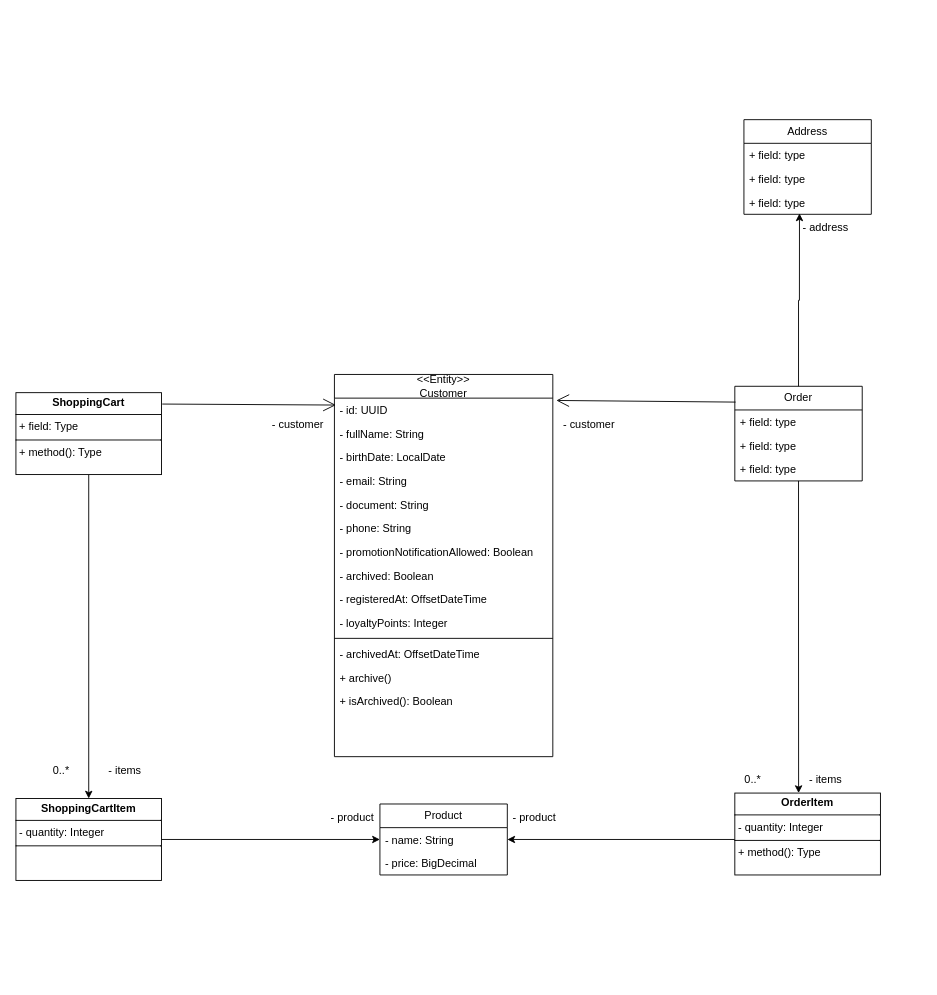
This is AlgaShop.drawio from MGLMendes/ems-algashop-docs, a draw.io file, before an edit. Source tidied: cells renumbered, new cells numbered last; positions are measured from the earlier drawing's top-left corner, leaving out a move shared by most shapes. Both pictures are drawn from the tidied source at 91%, with x=0, y=0 at pixel (15, 119).
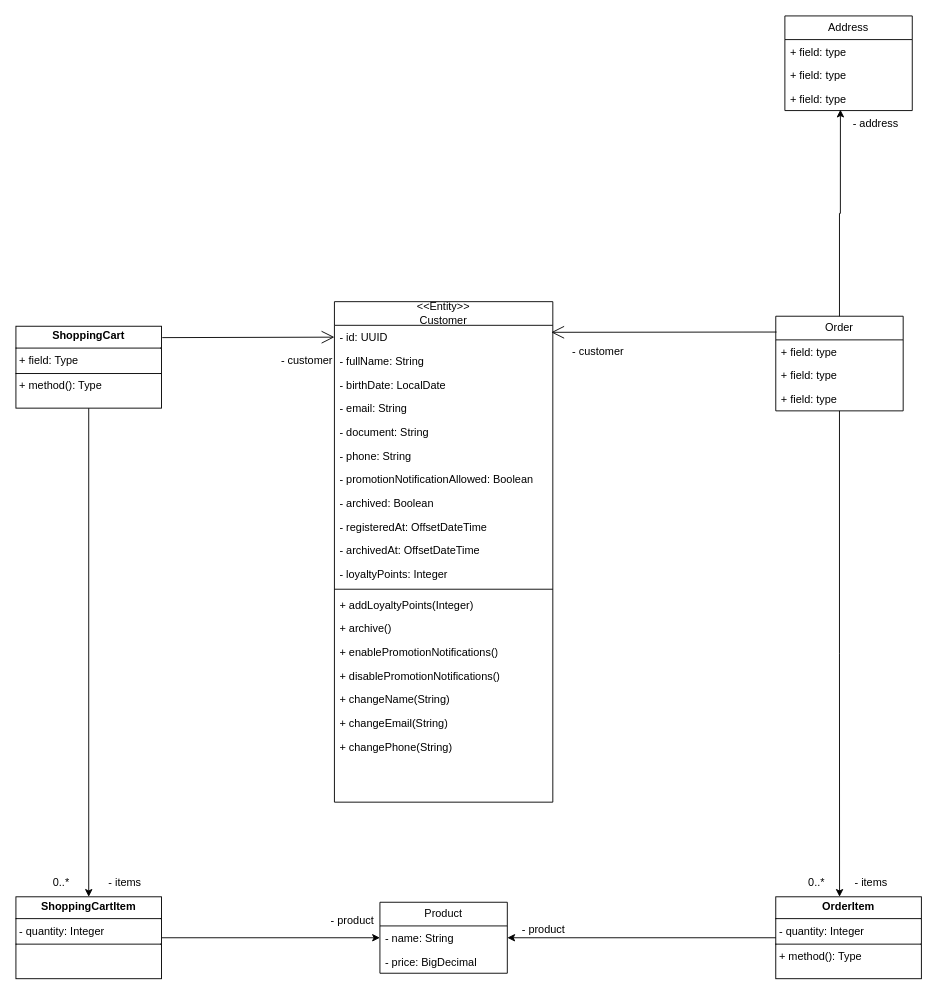
Above is the later version.

Commit message:
5.12. Refinando em direção ao Rich Domain Model

Unchanged cells that the change refers to:
```xml
<mxCell id="3" value="- id: UUID" style="text;strokeColor=none;fillColor=none;align=left;verticalAlign=top;spacingLeft=4;spacingRight=4;overflow=hidden;points=[[0,0.5],[1,0.5]];portConstraint=eastwest;whiteSpace=wrap;html=1;" parent="2" vertex="1">
  <mxGeometry y="26" width="240" height="26" as="geometry" />
</mxCell>
```

Diff of the diagram source:
```diff
@@
     <mxCell id="2" value="&lt;div&gt;&amp;lt;&amp;lt;Entity&amp;gt;&amp;gt;&lt;/div&gt;Customer" style="swimlane;fontStyle=0;horizontal=1;startSize=26;fillColor=none;whiteSpace=wrap;html=1;" parent="1" vertex="1">
-      <mxGeometry x="350" y="280" width="240" height="420" as="geometry" />
+      <mxGeometry x="350" y="200" width="240" height="550" as="geometry" />
     </mxCell>
@@
+    <mxCell id="14" value="- archivedAt: OffsetDateTime" style="text;strokeColor=none;fillColor=none;align=left;verticalAlign=top;spacingLeft=4;spacingRight=4;overflow=hidden;whiteSpace=wrap;html=1;" parent="2" vertex="1">
+      <mxGeometry y="260" width="240" height="26" as="geometry" />
+    </mxCell>
     <mxCell id="12" value="- loyaltyPoints: Integer" style="text;strokeColor=none;fillColor=none;align=left;verticalAlign=top;spacingLeft=4;spacingRight=4;overflow=hidden;whiteSpace=wrap;html=1;" parent="2" vertex="1">
-      <mxGeometry y="260" width="240" height="26" as="geometry" />
+      <mxGeometry y="286" width="240" height="26" as="geometry" />
     </mxCell>
     <mxCell id="13" style="line;strokeWidth=1;fillColor=none;align=left;verticalAlign=middle;spacingTop=-1;spacingLeft=3;spacingRight=3;labelPosition=right;strokeColor=inherit;" parent="2" vertex="1">
-      <mxGeometry y="286" width="240" height="8" as="geometry" />
+      <mxGeometry y="312" width="240" height="8" as="geometry" />
     </mxCell>
-    <mxCell id="14" value="- archivedAt: OffsetDateTime" style="text;strokeColor=none;fillColor=none;align=left;verticalAlign=top;spacingLeft=4;spacingRight=4;overflow=hidden;whiteSpace=wrap;html=1;" parent="2" vertex="1">
-      <mxGeometry y="294" width="240" height="26" as="geometry" />
-    </mxCell>
-    <mxCell id="15" value="+ archive()" style="text;strokeColor=none;fillColor=none;align=left;verticalAlign=top;spacingLeft=4;spacingRight=4;overflow=hidden;whiteSpace=wrap;html=1;" parent="2" vertex="1">
+    <mxCell id="15" value="+ addLoyaltyPoints(Integer)" style="text;strokeColor=none;fillColor=none;align=left;verticalAlign=top;spacingLeft=4;spacingRight=4;overflow=hidden;whiteSpace=wrap;html=1;" parent="2" vertex="1">
       <mxGeometry y="320" width="240" height="26" as="geometry" />
     </mxCell>
-    <mxCell id="16" value="+ isArchived(): Boolean" style="text;strokeColor=none;fillColor=none;align=left;verticalAlign=top;spacingLeft=4;spacingRight=4;overflow=hidden;whiteSpace=wrap;html=1;" parent="2" vertex="1">
+    <mxCell id="16" value="+ archive()" style="text;strokeColor=none;fillColor=none;align=left;verticalAlign=top;spacingLeft=4;spacingRight=4;overflow=hidden;whiteSpace=wrap;html=1;" parent="2" vertex="1">
       <mxGeometry y="346" width="240" height="26" as="geometry" />
     </mxCell>
+    <mxCell id="48" value="+ enablePromotionNotifications()" style="text;strokeColor=none;fillColor=none;align=left;verticalAlign=top;spacingLeft=4;spacingRight=4;overflow=hidden;whiteSpace=wrap;html=1;" parent="2" vertex="1">
+      <mxGeometry y="372" width="240" height="26" as="geometry" />
+    </mxCell>
+    <mxCell id="49" value="+ disablePromotionNotifications()" style="text;strokeColor=none;fillColor=none;align=left;verticalAlign=top;spacingLeft=4;spacingRight=4;overflow=hidden;whiteSpace=wrap;html=1;" parent="2" vertex="1">
+      <mxGeometry y="398" width="240" height="26" as="geometry" />
+    </mxCell>
+    <mxCell id="50" value="+ changeName(String)" style="text;strokeColor=none;fillColor=none;align=left;verticalAlign=top;spacingLeft=4;spacingRight=4;overflow=hidden;whiteSpace=wrap;html=1;" parent="2" vertex="1">
+      <mxGeometry y="424" width="240" height="26" as="geometry" />
+    </mxCell>
+    <mxCell id="51" value="+ changeEmail(String)" style="text;strokeColor=none;fillColor=none;align=left;verticalAlign=top;spacingLeft=4;spacingRight=4;overflow=hidden;whiteSpace=wrap;html=1;" parent="2" vertex="1">
+      <mxGeometry y="450" width="240" height="26" as="geometry" />
+    </mxCell>
+    <mxCell id="52" value="+ changePhone(String)" style="text;strokeColor=none;fillColor=none;align=left;verticalAlign=top;spacingLeft=4;spacingRight=4;overflow=hidden;whiteSpace=wrap;html=1;" parent="2" vertex="1">
+      <mxGeometry y="476" width="240" height="26" as="geometry" />
+    </mxCell>
     <mxCell id="17" style="text;strokeColor=none;fillColor=none;align=left;verticalAlign=middle;spacingTop=-1;spacingLeft=4;spacingRight=4;labelPosition=right;" parent="2" vertex="1">
-      <mxGeometry y="372" width="240" height="48" as="geometry" />
+      <mxGeometry y="502" width="240" height="48" as="geometry" />
     </mxCell>
-    <mxCell id="18" value="Order" style="swimlane;fontStyle=0;horizontal=1;startSize=26;fillColor=none;whiteSpace=wrap;html=1;" parent="1" vertex="1">
-      <mxGeometry x="790" y="293" width="140" height="104" as="geometry" />
-    </mxCell>
-    <mxCell id="19" value="+ field: type" style="text;strokeColor=none;fillColor=none;align=left;verticalAlign=top;spacingLeft=4;spacingRight=4;overflow=hidden;whiteSpace=wrap;html=1;" parent="18" vertex="1">
-      <mxGeometry y="26" width="140" height="26" as="geometry" />
-    </mxCell>
-    <mxCell id="20" value="+ field: type" style="text;strokeColor=none;fillColor=none;align=left;verticalAlign=top;spacingLeft=4;spacingRight=4;overflow=hidden;whiteSpace=wrap;html=1;" parent="18" vertex="1">
-      <mxGeometry y="52" width="140" height="26" as="geometry" />
-    </mxCell>
-    <mxCell id="21" value="+ field: type" style="text;strokeColor=none;fillColor=none;align=left;verticalAlign=top;spacingLeft=4;spacingRight=4;overflow=hidden;whiteSpace=wrap;html=1;" parent="18" vertex="1">
-      <mxGeometry y="78" width="140" height="26" as="geometry" />
-    </mxCell>
-    <mxCell id="22" value="Product" style="swimlane;fontStyle=0;horizontal=1;startSize=26;fillColor=none;whiteSpace=wrap;html=1;" parent="1" vertex="1">
-      <mxGeometry x="400" y="752" width="140" height="78" as="geometry" />
-    </mxCell>
-    <mxCell id="23" value="- name: String" style="text;strokeColor=none;fillColor=none;align=left;verticalAlign=top;spacingLeft=4;spacingRight=4;overflow=hidden;points=[[0,0.5],[1,0.5]];portConstraint=eastwest;whiteSpace=wrap;html=1;" parent="22" vertex="1">
-      <mxGeometry y="26" width="140" height="26" as="geometry" />
-    </mxCell>
-    <mxCell id="24" value="- price: BigDecimal" style="text;strokeColor=none;fillColor=none;align=left;verticalAlign=top;spacingLeft=4;spacingRight=4;overflow=hidden;whiteSpace=wrap;html=1;" parent="22" vertex="1">
-      <mxGeometry y="52" width="140" height="26" as="geometry" />
-    </mxCell>
-    <mxCell id="25" value="Address" style="swimlane;fontStyle=0;horizontal=1;startSize=26;fillColor=none;whiteSpace=wrap;html=1;" parent="1" vertex="1">
-      <mxGeometry x="800" width="140" height="104" as="geometry" />
-    </mxCell>
-    <mxCell id="26" value="+ field: type" style="text;strokeColor=none;fillColor=none;align=left;verticalAlign=top;spacingLeft=4;spacingRight=4;overflow=hidden;whiteSpace=wrap;html=1;" parent="25" vertex="1">
-      <mxGeometry y="26" width="140" height="26" as="geometry" />
-    </mxCell>
-    <mxCell id="27" value="+ field: type" style="text;strokeColor=none;fillColor=none;align=left;verticalAlign=top;spacingLeft=4;spacingRight=4;overflow=hidden;whiteSpace=wrap;html=1;" parent="25" vertex="1">
-      <mxGeometry y="52" width="140" height="26" as="geometry" />
-    </mxCell>
-    <mxCell id="28" value="+ field: type" style="text;strokeColor=none;fillColor=none;align=left;verticalAlign=top;spacingLeft=4;spacingRight=4;overflow=hidden;points=[[0,0.5],[1,0.5]];portConstraint=eastwest;whiteSpace=wrap;html=1;" parent="25" vertex="1">
-      <mxGeometry y="78" width="140" height="26" as="geometry" />
-    </mxCell>
@@
     <mxCell id="30" value="&lt;p style=&quot;margin:0px;margin-top:4px;text-align:center;&quot;&gt;&lt;b&gt;ShoppingCart&lt;/b&gt;&lt;/p&gt;&lt;hr size=&quot;1&quot; style=&quot;border-style:solid;&quot;&gt;&lt;p style=&quot;margin:0px;margin-left:4px;&quot;&gt;+ field: Type&lt;/p&gt;&lt;hr size=&quot;1&quot; style=&quot;border-style:solid;&quot;&gt;&lt;p style=&quot;margin:0px;margin-left:4px;&quot;&gt;+ method(): Type&lt;/p&gt;" style="verticalAlign=top;align=left;overflow=fill;html=1;whiteSpace=wrap;" parent="1" vertex="1">
-      <mxGeometry y="300" width="160" height="90" as="geometry" />
+      <mxGeometry y="227" width="160" height="90" as="geometry" />
     </mxCell>
-    <mxCell id="31" style="endArrow=open;endFill=1;endSize=12;html=1;rounded=0;exitX=0.006;exitY=0.167;exitDx=0;exitDy=0;exitPerimeter=0;entryX=1.016;entryY=0.068;entryDx=0;entryDy=0;entryPerimeter=0;" parent="1" edge="1" source="18" target="2">
+    <mxCell id="31" style="endArrow=open;endFill=1;endSize=12;html=1;rounded=0;exitX=0.006;exitY=0.167;exitDx=0;exitDy=0;exitPerimeter=0;entryX=0.993;entryY=0.295;entryDx=0;entryDy=0;entryPerimeter=0;" parent="1" edge="1" source="18" target="3">
       <mxGeometry relative="1" as="geometry" />
     </mxCell>
     <mxCell id="32" value="- customer" style="text;html=1;whiteSpace=wrap;strokeColor=none;fillColor=none;align=center;verticalAlign=middle;rounded=0;" parent="1" vertex="1">
-      <mxGeometry x="600" y="320" width="60" height="30" as="geometry" />
+      <mxGeometry x="610" y="240" width="60" height="30" as="geometry" />
     </mxCell>
-    <mxCell id="33" style="endArrow=open;endFill=1;endSize=12;html=1;rounded=0;entryX=0.007;entryY=0.08;entryDx=0;entryDy=0;entryPerimeter=0;exitX=1.005;exitY=0.139;exitDx=0;exitDy=0;exitPerimeter=0;" parent="1" edge="1" source="30" target="2">
+    <mxCell id="33" style="endArrow=open;endFill=1;endSize=12;html=1;rounded=0;entryX=0;entryY=0.5;entryDx=0;entryDy=0;exitX=1.005;exitY=0.139;exitDx=0;exitDy=0;exitPerimeter=0;" parent="1" edge="1" source="30" target="3">
       <mxGeometry relative="1" as="geometry" />
     </mxCell>
     <mxCell id="34" value="- customer" style="text;html=1;whiteSpace=wrap;strokeColor=none;fillColor=none;align=center;verticalAlign=middle;rounded=0;" parent="1" vertex="1">
-      <mxGeometry x="280" y="320" width="60" height="30" as="geometry" />
+      <mxGeometry x="290" y="250" width="60" height="30" as="geometry" />
     </mxCell>
+    <mxCell id="41" style="edgeStyle=orthogonalEdgeStyle;rounded=0;jettySize=auto;html=1;entryX=0.438;entryY=0;entryDx=0;entryDy=0;entryPerimeter=0;" parent="1" edge="1" source="18" target="40">
+      <mxGeometry relative="1" as="geometry" />
+    </mxCell>
+    <mxCell id="53" style="group;" parent="1" vertex="1">
+      <mxGeometry x="835" y="-114" width="150" height="434" as="geometry" />
+    </mxCell>
+    <mxCell id="18" value="Order" style="swimlane;fontStyle=0;horizontal=1;startSize=26;fillColor=none;whiteSpace=wrap;html=1;" parent="53" vertex="1">
+      <mxGeometry y="330" width="140" height="104" as="geometry" />
+    </mxCell>
+    <mxCell id="19" value="+ field: type" style="text;strokeColor=none;fillColor=none;align=left;verticalAlign=top;spacingLeft=4;spacingRight=4;overflow=hidden;whiteSpace=wrap;html=1;" parent="18" vertex="1">
+      <mxGeometry y="26" width="140" height="26" as="geometry" />
+    </mxCell>
+    <mxCell id="20" value="+ field: type" style="text;strokeColor=none;fillColor=none;align=left;verticalAlign=top;spacingLeft=4;spacingRight=4;overflow=hidden;whiteSpace=wrap;html=1;" parent="18" vertex="1">
+      <mxGeometry y="52" width="140" height="26" as="geometry" />
+    </mxCell>
+    <mxCell id="21" value="+ field: type" style="text;strokeColor=none;fillColor=none;align=left;verticalAlign=top;spacingLeft=4;spacingRight=4;overflow=hidden;whiteSpace=wrap;html=1;" parent="18" vertex="1">
+      <mxGeometry y="78" width="140" height="26" as="geometry" />
+    </mxCell>
+    <mxCell id="25" value="Address" style="swimlane;fontStyle=0;horizontal=1;startSize=26;fillColor=none;whiteSpace=wrap;html=1;" parent="53" vertex="1">
+      <mxGeometry x="10" width="140" height="104" as="geometry" />
+    </mxCell>
+    <mxCell id="26" value="+ field: type" style="text;strokeColor=none;fillColor=none;align=left;verticalAlign=top;spacingLeft=4;spacingRight=4;overflow=hidden;whiteSpace=wrap;html=1;" parent="25" vertex="1">
+      <mxGeometry y="26" width="140" height="26" as="geometry" />
+    </mxCell>
+    <mxCell id="27" value="+ field: type" style="text;strokeColor=none;fillColor=none;align=left;verticalAlign=top;spacingLeft=4;spacingRight=4;overflow=hidden;whiteSpace=wrap;html=1;" parent="25" vertex="1">
+      <mxGeometry y="52" width="140" height="26" as="geometry" />
+    </mxCell>
+    <mxCell id="28" value="+ field: type" style="text;strokeColor=none;fillColor=none;align=left;verticalAlign=top;spacingLeft=4;spacingRight=4;overflow=hidden;points=[[0,0.5],[1,0.5]];portConstraint=eastwest;whiteSpace=wrap;html=1;" parent="25" vertex="1">
+      <mxGeometry y="78" width="140" height="26" as="geometry" />
+    </mxCell>
-    <mxCell id="35" style="edgeStyle=orthogonalEdgeStyle;rounded=0;jettySize=auto;html=1;entryX=0.436;entryY=0.962;entryDx=0;entryDy=0;entryPerimeter=0;" parent="1" edge="1" source="18" target="28">
+    <mxCell id="35" style="edgeStyle=orthogonalEdgeStyle;rounded=0;jettySize=auto;html=1;entryX=0.436;entryY=0.962;entryDx=0;entryDy=0;entryPerimeter=0;" parent="53" edge="1" source="18" target="28">
       <mxGeometry relative="1" as="geometry" />
     </mxCell>
-    <mxCell id="36" value="- address" style="text;html=1;whiteSpace=wrap;strokeColor=none;fillColor=none;align=center;verticalAlign=middle;rounded=0;" parent="1" vertex="1">
-      <mxGeometry x="860" y="104" width="60" height="30" as="geometry" />
+    <mxCell id="36" value="- address" style="text;html=1;whiteSpace=wrap;strokeColor=none;fillColor=none;align=center;verticalAlign=middle;rounded=0;" parent="53" vertex="1">
+      <mxGeometry x="80" y="104" width="60" height="30" as="geometry" />
     </mxCell>
+    <mxCell id="54" style="group;" parent="1" vertex="1">
+      <mxGeometry y="815" width="995" height="129" as="geometry" />
+    </mxCell>
+    <mxCell id="22" value="Product" style="swimlane;fontStyle=0;horizontal=1;startSize=26;fillColor=none;whiteSpace=wrap;html=1;" parent="54" vertex="1">
+      <mxGeometry x="400" y="45" width="140" height="78" as="geometry" />
+    </mxCell>
+    <mxCell id="23" value="- name: String" style="text;strokeColor=none;fillColor=none;align=left;verticalAlign=top;spacingLeft=4;spacingRight=4;overflow=hidden;points=[[0,0.5],[1,0.5]];portConstraint=eastwest;whiteSpace=wrap;html=1;" parent="22" vertex="1">
+      <mxGeometry y="26" width="140" height="26" as="geometry" />
+    </mxCell>
+    <mxCell id="24" value="- price: BigDecimal" style="text;strokeColor=none;fillColor=none;align=left;verticalAlign=top;spacingLeft=4;spacingRight=4;overflow=hidden;whiteSpace=wrap;html=1;" parent="22" vertex="1">
+      <mxGeometry y="52" width="140" height="26" as="geometry" />
+    </mxCell>
-    <mxCell id="37" style="edgeStyle=orthogonalEdgeStyle;rounded=0;jettySize=auto;html=1;entryX=0;entryY=0.5;entryDx=0;entryDy=0;" parent="1" edge="1" source="38" target="23">
+    <mxCell id="37" style="edgeStyle=orthogonalEdgeStyle;rounded=0;jettySize=auto;html=1;entryX=0;entryY=0.5;entryDx=0;entryDy=0;" parent="54" edge="1" source="38" target="23">
       <mxGeometry relative="1" as="geometry" />
     </mxCell>
-    <mxCell id="38" value="&lt;p style=&quot;margin:0px;margin-top:4px;text-align:center;&quot;&gt;&lt;b&gt;ShoppingCartItem&lt;/b&gt;&lt;/p&gt;&lt;hr size=&quot;1&quot; style=&quot;border-style:solid;&quot;&gt;&lt;p style=&quot;margin:0px;margin-left:4px;&quot;&gt;- quantity: Integer&lt;/p&gt;&lt;hr size=&quot;1&quot; style=&quot;border-style:solid;&quot;&gt;&lt;p style=&quot;margin:0px;margin-left:4px;&quot;&gt;&lt;br&gt;&lt;/p&gt;" style="verticalAlign=top;align=left;overflow=fill;html=1;whiteSpace=wrap;" parent="1" vertex="1">
-      <mxGeometry y="746" width="160" height="90" as="geometry" />
+    <mxCell id="38" value="&lt;p style=&quot;margin:0px;margin-top:4px;text-align:center;&quot;&gt;&lt;b&gt;ShoppingCartItem&lt;/b&gt;&lt;/p&gt;&lt;hr size=&quot;1&quot; style=&quot;border-style:solid;&quot;&gt;&lt;p style=&quot;margin:0px;margin-left:4px;&quot;&gt;- quantity: Integer&lt;/p&gt;&lt;hr size=&quot;1&quot; style=&quot;border-style:solid;&quot;&gt;&lt;p style=&quot;margin:0px;margin-left:4px;&quot;&gt;&lt;br&gt;&lt;/p&gt;" style="verticalAlign=top;align=left;overflow=fill;html=1;whiteSpace=wrap;" parent="54" vertex="1">
+      <mxGeometry y="39" width="160" height="90" as="geometry" />
     </mxCell>
-    <mxCell id="39" style="edgeStyle=orthogonalEdgeStyle;rounded=0;jettySize=auto;html=1;entryX=1;entryY=0.5;entryDx=0;entryDy=0;" parent="1" edge="1" source="40" target="23">
-      <mxGeometry relative="1" as="geometry">
-        <Array as="points">
-          <mxPoint x="540" y="790" />
-        </Array>
-      </mxGeometry>
-    </mxCell>
-    <mxCell id="40" value="&lt;p style=&quot;margin:0px;margin-top:4px;text-align:center;&quot;&gt;&lt;b&gt;OrderItem&lt;/b&gt;&lt;/p&gt;&lt;hr size=&quot;1&quot; style=&quot;border-style:solid;&quot;&gt;&lt;p style=&quot;margin:0px;margin-left:4px;&quot;&gt;- quantity: Integer&lt;/p&gt;&lt;hr size=&quot;1&quot; style=&quot;border-style:solid;&quot;&gt;&lt;p style=&quot;margin:0px;margin-left:4px;&quot;&gt;+ method(): Type&lt;/p&gt;" style="verticalAlign=top;align=left;overflow=fill;html=1;whiteSpace=wrap;" parent="1" vertex="1">
-      <mxGeometry x="790" y="740" width="160" height="90" as="geometry" />
+    <mxCell id="40" value="&lt;p style=&quot;margin:0px;margin-top:4px;text-align:center;&quot;&gt;&lt;b&gt;OrderItem&lt;/b&gt;&lt;/p&gt;&lt;hr size=&quot;1&quot; style=&quot;border-style:solid;&quot;&gt;&lt;p style=&quot;margin:0px;margin-left:4px;&quot;&gt;- quantity: Integer&lt;/p&gt;&lt;hr size=&quot;1&quot; style=&quot;border-style:solid;&quot;&gt;&lt;p style=&quot;margin:0px;margin-left:4px;&quot;&gt;+ method(): Type&lt;/p&gt;" style="verticalAlign=top;align=left;overflow=fill;html=1;whiteSpace=wrap;" parent="54" vertex="1">
+      <mxGeometry x="835" y="39" width="160" height="90" as="geometry" />
     </mxCell>
-    <mxCell id="41" style="edgeStyle=orthogonalEdgeStyle;rounded=0;jettySize=auto;html=1;entryX=0.438;entryY=0;entryDx=0;entryDy=0;entryPerimeter=0;" parent="1" edge="1" source="18" target="40">
-      <mxGeometry relative="1" as="geometry" />
-    </mxCell>
-    <mxCell id="42" value="- product" style="text;html=1;whiteSpace=wrap;strokeColor=none;fillColor=none;align=center;verticalAlign=middle;rounded=0;" parent="1" vertex="1">
-      <mxGeometry x="340" y="752" width="60" height="30" as="geometry" />
+    <mxCell id="42" value="- product" style="text;html=1;whiteSpace=wrap;strokeColor=none;fillColor=none;align=center;verticalAlign=middle;rounded=0;" parent="54" vertex="1">
+      <mxGeometry x="340" y="50" width="60" height="30" as="geometry" />
     </mxCell>
-    <mxCell id="43" value="- product" style="text;html=1;whiteSpace=wrap;strokeColor=none;fillColor=none;align=center;verticalAlign=middle;rounded=0;" parent="1" vertex="1">
-      <mxGeometry x="540" y="752" width="60" height="30" as="geometry" />
+    <mxCell id="43" value="- product" style="text;html=1;whiteSpace=wrap;strokeColor=none;fillColor=none;align=center;verticalAlign=middle;rounded=0;" parent="54" vertex="1">
+      <mxGeometry x="550" y="60" width="60" height="30" as="geometry" />
     </mxCell>
-    <mxCell id="44" value="- items" style="text;html=1;whiteSpace=wrap;strokeColor=none;fillColor=none;align=center;verticalAlign=middle;rounded=0;" parent="1" vertex="1">
-      <mxGeometry x="860" y="710" width="60" height="30" as="geometry" />
+    <mxCell id="44" value="- items" style="text;html=1;whiteSpace=wrap;strokeColor=none;fillColor=none;align=center;verticalAlign=middle;rounded=0;" parent="54" vertex="1">
+      <mxGeometry x="910" y="9" width="60" height="30" as="geometry" />
     </mxCell>
-    <mxCell id="45" value="- items" style="text;html=1;whiteSpace=wrap;strokeColor=none;fillColor=none;align=center;verticalAlign=middle;rounded=0;" parent="1" vertex="1">
-      <mxGeometry x="90" y="700" width="60" height="30" as="geometry" />
+    <mxCell id="45" value="- items" style="text;html=1;whiteSpace=wrap;strokeColor=none;fillColor=none;align=center;verticalAlign=middle;rounded=0;" parent="54" vertex="1">
+      <mxGeometry x="90" y="9" width="60" height="30" as="geometry" />
     </mxCell>
-    <mxCell id="46" value="0..*" style="text;html=1;whiteSpace=wrap;strokeColor=none;fillColor=none;align=center;verticalAlign=middle;rounded=0;" parent="1" vertex="1">
-      <mxGeometry x="780" y="710" width="60" height="30" as="geometry" />
+    <mxCell id="46" value="0..*" style="text;html=1;whiteSpace=wrap;strokeColor=none;fillColor=none;align=center;verticalAlign=middle;rounded=0;" parent="54" vertex="1">
+      <mxGeometry x="850" y="9" width="60" height="30" as="geometry" />
     </mxCell>
-    <mxCell id="47" value="0..*" style="text;html=1;whiteSpace=wrap;strokeColor=none;fillColor=none;align=center;verticalAlign=middle;rounded=0;" parent="1" vertex="1">
-      <mxGeometry x="20" y="700" width="60" height="30" as="geometry" />
+    <mxCell id="47" value="0..*" style="text;html=1;whiteSpace=wrap;strokeColor=none;fillColor=none;align=center;verticalAlign=middle;rounded=0;" parent="54" vertex="1">
+      <mxGeometry x="20" y="9" width="60" height="30" as="geometry" />
     </mxCell>
+    <mxCell id="39" style="edgeStyle=orthogonalEdgeStyle;rounded=0;jettySize=auto;html=1;entryX=1;entryY=0.5;entryDx=0;entryDy=0;" parent="54" edge="1" source="40" target="23">
+      <mxGeometry relative="1" as="geometry" />
+    </mxCell>
```
